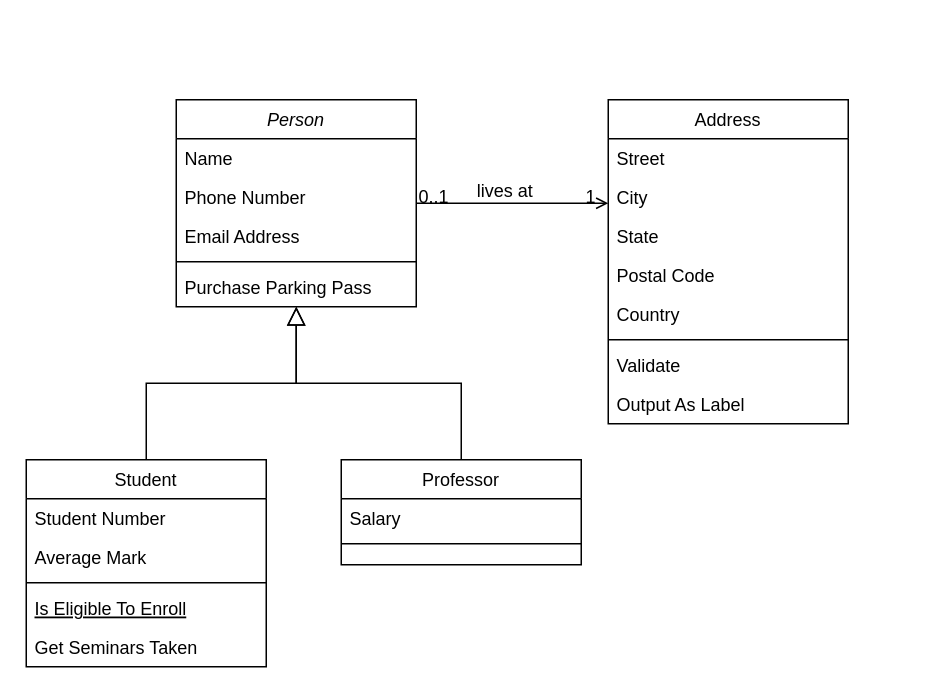
This is Untitled Diagram.drawio from Hassen-DOGHMEN/stage, a draw.io file, before an edit. Source tidied: cells renumbered, new cells numbered last; positions are measured from the earlier drawing's top-left corner, leaving out a move shared by most shapes. Both pictures are drawn from the tidied source at 150%, with x=0, y=0 at pixel (26, 99).
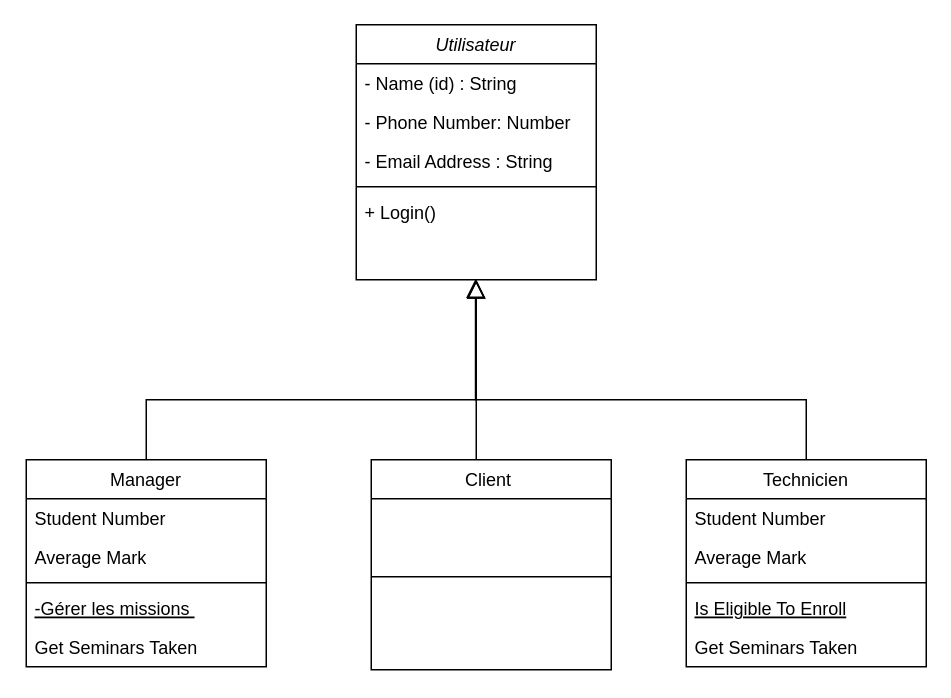
After the change.

Diff of the diagram source:
```diff
@@
-    <mxCell id="2" value="Person" style="swimlane;fontStyle=2;align=center;verticalAlign=top;horizontal=1;startSize=26;rounded=0;shadow=0;strokeWidth=1;" parent="1" vertex="1">
-      <mxGeometry x="100" width="160" height="138" as="geometry" />
+    <mxCell id="2" value="Utilisateur" style="swimlane;fontStyle=2;align=center;verticalAlign=top;horizontal=1;startSize=26;rounded=0;shadow=0;strokeWidth=1;" parent="1" vertex="1">
+      <mxGeometry x="220" y="-50" width="160" height="170" as="geometry" />
     </mxCell>
-    <mxCell id="3" value="Name" style="text;align=left;verticalAlign=top;spacingLeft=4;spacingRight=4;overflow=hidden;" parent="2" vertex="1">
+    <mxCell id="3" value="- Name (id) : String" style="text;align=left;verticalAlign=top;spacingLeft=4;spacingRight=4;overflow=hidden;" parent="2" vertex="1">
       <mxGeometry y="26" width="160" height="26" as="geometry" />
     </mxCell>
-    <mxCell id="4" value="Phone Number" style="text;align=left;verticalAlign=top;spacingLeft=4;spacingRight=4;overflow=hidden;rounded=0;shadow=0;html=0;" parent="2" vertex="1">
+    <mxCell id="4" value="- Phone Number: Number" style="text;align=left;verticalAlign=top;spacingLeft=4;spacingRight=4;overflow=hidden;rounded=0;shadow=0;html=0;" parent="2" vertex="1">
       <mxGeometry y="52" width="160" height="26" as="geometry" />
     </mxCell>
-    <mxCell id="5" value="Email Address" style="text;align=left;verticalAlign=top;spacingLeft=4;spacingRight=4;overflow=hidden;rounded=0;shadow=0;html=0;" parent="2" vertex="1">
+    <mxCell id="5" value="- Email Address : String " style="text;align=left;verticalAlign=top;spacingLeft=4;spacingRight=4;overflow=hidden;rounded=0;shadow=0;html=0;" parent="2" vertex="1">
       <mxGeometry y="78" width="160" height="26" as="geometry" />
     </mxCell>
@@
-    <mxCell id="7" value="Purchase Parking Pass" style="text;align=left;verticalAlign=top;spacingLeft=4;spacingRight=4;overflow=hidden;points=[[0,0.5],[1,0.5]];portConstraint=eastwest;" parent="2" vertex="1">
-      <mxGeometry y="112" width="160" height="26" as="geometry" />
+    <mxCell id="7" value="+ Login() &#10;  " style="text;align=left;verticalAlign=top;spacingLeft=4;spacingRight=4;overflow=hidden;points=[[0,0.5],[1,0.5]];portConstraint=eastwest;" parent="2" vertex="1">
+      <mxGeometry y="112" width="160" height="58" as="geometry" />
     </mxCell>
-    <mxCell id="8" value="Student" style="swimlane;fontStyle=0;align=center;verticalAlign=top;horizontal=1;startSize=26;rounded=0;shadow=0;strokeWidth=1;" parent="1" vertex="1">
+    <mxCell id="8" value="Manager" style="swimlane;fontStyle=0;align=center;verticalAlign=top;horizontal=1;startSize=26;rounded=0;shadow=0;strokeWidth=1;" parent="1" vertex="1">
       <mxGeometry y="240" width="160" height="138" as="geometry" />
     </mxCell>
@@
-    <mxCell id="12" value="Is Eligible To Enroll" style="text;align=left;verticalAlign=top;spacingLeft=4;spacingRight=4;overflow=hidden;fontStyle=4;" parent="8" vertex="1">
+    <mxCell id="12" value="-Gérer les missions " style="text;align=left;verticalAlign=top;spacingLeft=4;spacingRight=4;overflow=hidden;fontStyle=4;" parent="8" vertex="1">
       <mxGeometry y="86" width="160" height="26" as="geometry" />
     </mxCell>
@@
     <mxCell id="14" style="endArrow=block;endSize=10;endFill=0;shadow=0;strokeWidth=1;rounded=0;edgeStyle=elbowEdgeStyle;elbow=vertical;" parent="1" edge="1" source="8" target="2">
-      <mxGeometry relative="1" as="geometry" />
+      <mxGeometry relative="1" as="geometry">
+        <Array as="points">
+          <mxPoint x="300" y="200" />
+          <mxPoint x="300" y="194" />
+          <mxPoint x="250" y="194" />
+        </Array>
+      </mxGeometry>
     </mxCell>
-    <mxCell id="15" value="Professor" style="swimlane;fontStyle=0;align=center;verticalAlign=top;horizontal=1;startSize=26;rounded=0;shadow=0;strokeWidth=1;" parent="1" vertex="1">
-      <mxGeometry x="210" y="240" width="160" height="70" as="geometry" />
+    <mxCell id="15" value="Client " style="swimlane;fontStyle=0;align=center;verticalAlign=top;horizontal=1;startSize=26;rounded=0;shadow=0;strokeWidth=1;" parent="1" vertex="1">
+      <mxGeometry x="230" y="240" width="160" height="140" as="geometry" />
     </mxCell>
-    <mxCell id="16" value="Salary" style="text;align=left;verticalAlign=top;spacingLeft=4;spacingRight=4;overflow=hidden;" parent="15" vertex="1">
-      <mxGeometry y="26" width="160" height="26" as="geometry" />
-    </mxCell>
     <mxCell id="17" style="line;html=1;strokeWidth=1;align=left;verticalAlign=middle;spacingTop=-1;spacingLeft=3;spacingRight=3;labelPosition=right;" parent="15" vertex="1">
-      <mxGeometry y="52" width="160" height="8" as="geometry" />
+      <mxGeometry y="26" width="160" height="104" as="geometry" />
     </mxCell>
     <mxCell id="18" style="endArrow=block;endSize=10;endFill=0;shadow=0;strokeWidth=1;rounded=0;edgeStyle=elbowEdgeStyle;elbow=vertical;" parent="1" edge="1" source="15" target="2">
-      <mxGeometry relative="1" as="geometry" />
+      <mxGeometry relative="1" as="geometry">
+        <Array as="points">
+          <mxPoint x="300" y="194" />
+        </Array>
+      </mxGeometry>
     </mxCell>
-    <mxCell id="19" value="Address" style="swimlane;fontStyle=0;align=center;verticalAlign=top;horizontal=1;startSize=26;rounded=0;shadow=0;strokeWidth=1;" parent="1" vertex="1">
-      <mxGeometry x="388" width="160" height="216" as="geometry" />
-    </mxCell>
-    <mxCell id="20" value="Street" style="text;align=left;verticalAlign=top;spacingLeft=4;spacingRight=4;overflow=hidden;" parent="19" vertex="1">
-      <mxGeometry y="26" width="160" height="26" as="geometry" />
-    </mxCell>
-    <mxCell id="21" value="City" style="text;align=left;verticalAlign=top;spacingLeft=4;spacingRight=4;overflow=hidden;rounded=0;shadow=0;html=0;" parent="19" vertex="1">
-      <mxGeometry y="52" width="160" height="26" as="geometry" />
-    </mxCell>
-    <mxCell id="22" value="State" style="text;align=left;verticalAlign=top;spacingLeft=4;spacingRight=4;overflow=hidden;rounded=0;shadow=0;html=0;" parent="19" vertex="1">
-      <mxGeometry y="78" width="160" height="26" as="geometry" />
-    </mxCell>
-    <mxCell id="23" value="Postal Code" style="text;align=left;verticalAlign=top;spacingLeft=4;spacingRight=4;overflow=hidden;rounded=0;shadow=0;html=0;" parent="19" vertex="1">
-      <mxGeometry y="104" width="160" height="26" as="geometry" />
-    </mxCell>
-    <mxCell id="24" value="Country" style="text;align=left;verticalAlign=top;spacingLeft=4;spacingRight=4;overflow=hidden;rounded=0;shadow=0;html=0;" parent="19" vertex="1">
-      <mxGeometry y="130" width="160" height="26" as="geometry" />
-    </mxCell>
-    <mxCell id="25" style="line;html=1;strokeWidth=1;align=left;verticalAlign=middle;spacingTop=-1;spacingLeft=3;spacingRight=3;labelPosition=right;" parent="19" vertex="1">
-      <mxGeometry y="156" width="160" height="8" as="geometry" />
-    </mxCell>
-    <mxCell id="26" value="Validate" style="text;align=left;verticalAlign=top;spacingLeft=4;spacingRight=4;overflow=hidden;" parent="19" vertex="1">
-      <mxGeometry y="164" width="160" height="26" as="geometry" />
-    </mxCell>
-    <mxCell id="27" value="Output As Label" style="text;align=left;verticalAlign=top;spacingLeft=4;spacingRight=4;overflow=hidden;" parent="19" vertex="1">
-      <mxGeometry y="190" width="160" height="26" as="geometry" />
-    </mxCell>
-    <mxCell id="28" style="endArrow=open;shadow=0;strokeWidth=1;rounded=0;endFill=1;edgeStyle=elbowEdgeStyle;elbow=vertical;" parent="1" edge="1" source="2" target="19">
-      <mxGeometry x="0.5" y="41" relative="1" as="geometry">
-        <mxPoint x="-40" y="32" as="offset" />
-      </mxGeometry>
-    </mxCell>
-    <mxCell id="29" value="0..1" style="align=left;verticalAlign=bottom;labelBackgroundColor=none;fontSize=12;" parent="28" vertex="1">
-      <mxGeometry x="-1" relative="1" as="geometry">
-        <mxPoint y="4" as="offset" />
-      </mxGeometry>
-    </mxCell>
-    <mxCell id="30" value="1" style="align=right;verticalAlign=bottom;labelBackgroundColor=none;fontSize=12;" parent="28" vertex="1">
-      <mxGeometry x="1" relative="1" as="geometry">
-        <mxPoint x="-7" y="4" as="offset" />
-      </mxGeometry>
-    </mxCell>
-    <mxCell id="31" value="lives at" style="text;html=1;align=center;verticalAlign=middle;labelBackgroundColor=none;rounded=0;shadow=0;strokeWidth=1;fontSize=12;" parent="28" vertex="1">
-      <mxGeometry x="0.5" y="49" relative="1" as="geometry">
-        <mxPoint x="-38" y="40" as="offset" />
-      </mxGeometry>
-    </mxCell>
+    <mxCell id="32" style="endArrow=block;endSize=10;endFill=0;shadow=0;strokeWidth=1;rounded=0;edgeStyle=elbowEdgeStyle;elbow=vertical;entryX=0.497;entryY=0.992;entryDx=0;entryDy=0;entryPerimeter=0;" parent="1" edge="1" target="7">
+      <mxGeometry relative="1" as="geometry">
+        <mxPoint x="520" y="240" as="sourcePoint" />
+        <Array as="points">
+          <mxPoint x="490" y="200" />
+          <mxPoint x="610" y="200" />
+          <mxPoint x="460" y="190" />
+          <mxPoint x="740" y="214" />
+          <mxPoint x="690" y="214" />
+        </Array>
+      </mxGeometry>
+    </mxCell>
+    <mxCell id="33" value="Technicien" style="swimlane;fontStyle=0;align=center;verticalAlign=top;horizontal=1;startSize=26;rounded=0;shadow=0;strokeWidth=1;" parent="1" vertex="1">
+      <mxGeometry x="440" y="240" width="160" height="138" as="geometry" />
+    </mxCell>
+    <mxCell id="34" value="Student Number" style="text;align=left;verticalAlign=top;spacingLeft=4;spacingRight=4;overflow=hidden;" parent="33" vertex="1">
+      <mxGeometry y="26" width="160" height="26" as="geometry" />
+    </mxCell>
+    <mxCell id="35" value="Average Mark" style="text;align=left;verticalAlign=top;spacingLeft=4;spacingRight=4;overflow=hidden;rounded=0;shadow=0;html=0;" parent="33" vertex="1">
+      <mxGeometry y="52" width="160" height="26" as="geometry" />
+    </mxCell>
+    <mxCell id="36" style="line;html=1;strokeWidth=1;align=left;verticalAlign=middle;spacingTop=-1;spacingLeft=3;spacingRight=3;labelPosition=right;" parent="33" vertex="1">
+      <mxGeometry y="78" width="160" height="8" as="geometry" />
+    </mxCell>
+    <mxCell id="37" value="Is Eligible To Enroll" style="text;align=left;verticalAlign=top;spacingLeft=4;spacingRight=4;overflow=hidden;fontStyle=4;" parent="33" vertex="1">
+      <mxGeometry y="86" width="160" height="26" as="geometry" />
+    </mxCell>
+    <mxCell id="38" value="Get Seminars Taken" style="text;align=left;verticalAlign=top;spacingLeft=4;spacingRight=4;overflow=hidden;" parent="33" vertex="1">
+      <mxGeometry y="112" width="160" height="26" as="geometry" />
+    </mxCell>
```
